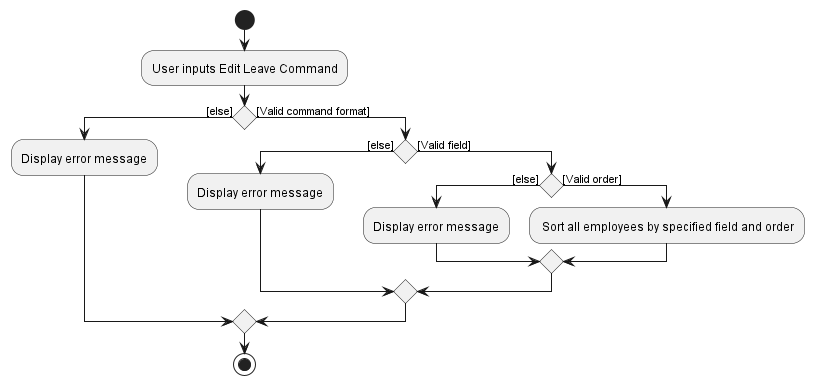
The PlantUML diagram docs/images/SortActivityDiagram.png in nus-cs2103-AY2324S1/tp, before a commit.
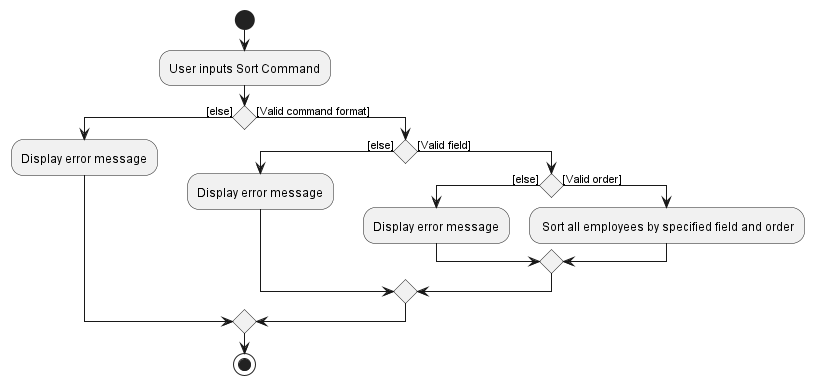
The same file after the commit.

Change to the diagram source:
```diff
@@ -1,7 +1,7 @@
 @startuml
 
 start
-:User inputs Edit Leave Command;
+:User inputs Sort Command;
 
 if () then ([else])
   :Display error message;
```
